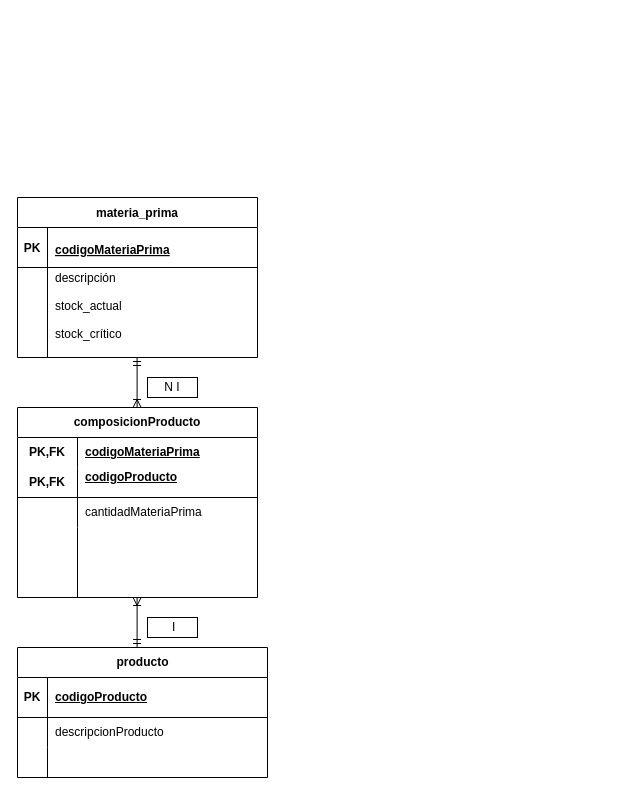
The draw.io diagram page "CAMPERITA.S.A." (1 of 2) of Diagrama sin título.drawio in VIOTTISOFIA/natalialeivajoyas, before the edit. Source tidied: cells renumbered, new cells numbered last; positions are measured from the earlier drawing's top-left corner, leaving out a move shared by most shapes. Both pictures are drawn from the tidied source at 100%, with x=0, y=0 at pixel (17, 197).
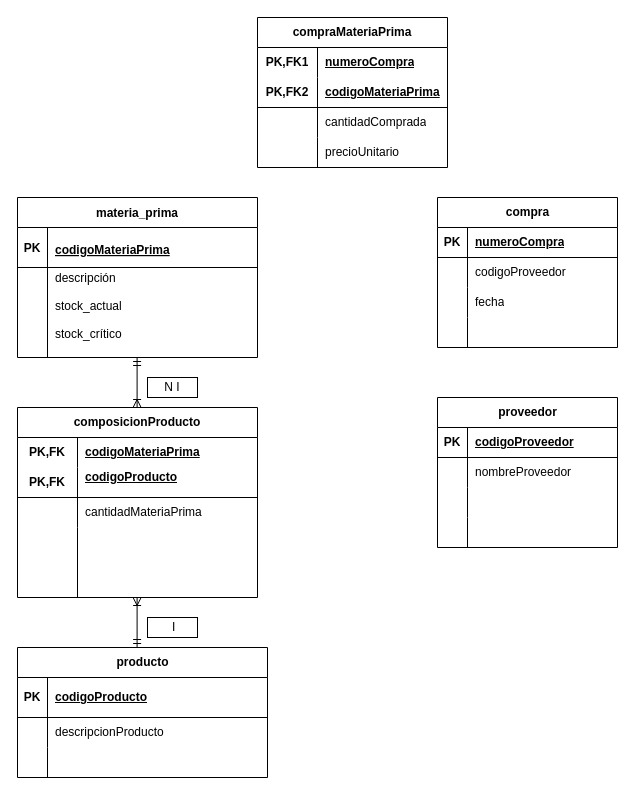
The same page after the edit.

Commit message:
Actualizar Diagrama entidad relación

Diff of the diagram source:
```diff
@@
+    <mxCell id="36" value="compra" style="shape=table;startSize=30;childLayout=tableLayout;rowLines=0;fontStyle=1;align=center;html=1;" parent="1" vertex="1">
+      <mxGeometry x="420" width="180" height="150" as="geometry" />
+    </mxCell>
+    <mxCell id="37" style="shape=tableRow;horizontal=0;startSize=0;swimlaneHead=0;swimlaneBody=0;fillColor=none;top=0;left=0;right=0;bottom=1;" parent="36" vertex="1">
+      <mxGeometry y="30" width="180" height="30" as="geometry" />
+    </mxCell>
+    <mxCell id="38" value="PK" style="shape=partialRectangle;fillColor=none;top=0;left=0;bottom=0;right=0;fontStyle=1;overflow=hidden;whiteSpace=wrap;html=1;" parent="37" vertex="1">
+      <mxGeometry width="30" height="30" as="geometry" />
+    </mxCell>
+    <mxCell id="39" value="numeroCompra" style="shape=partialRectangle;fillColor=none;top=0;left=0;bottom=0;right=0;align=left;spacingLeft=6;fontStyle=5;overflow=hidden;whiteSpace=wrap;html=1;" parent="37" vertex="1">
+      <mxGeometry x="30" width="150" height="30" as="geometry" />
+    </mxCell>
+    <mxCell id="40" style="shape=tableRow;horizontal=0;startSize=0;swimlaneHead=0;swimlaneBody=0;fillColor=none;top=0;left=0;right=0;bottom=0;" parent="36" vertex="1">
+      <mxGeometry y="60" width="180" height="30" as="geometry" />
+    </mxCell>
+    <mxCell id="41" style="shape=partialRectangle;fillColor=none;top=0;left=0;bottom=0;right=0;overflow=hidden;whiteSpace=wrap;html=1;" parent="40" vertex="1">
+      <mxGeometry width="30" height="30" as="geometry" />
+    </mxCell>
+    <mxCell id="42" value="codigoProveedor" style="shape=partialRectangle;fillColor=none;top=0;left=0;bottom=0;right=0;align=left;spacingLeft=6;overflow=hidden;whiteSpace=wrap;html=1;" parent="40" vertex="1">
+      <mxGeometry x="30" width="150" height="30" as="geometry" />
+    </mxCell>
+    <mxCell id="43" style="shape=tableRow;horizontal=0;startSize=0;swimlaneHead=0;swimlaneBody=0;fillColor=none;top=0;left=0;right=0;bottom=0;" parent="36" vertex="1">
+      <mxGeometry y="90" width="180" height="30" as="geometry" />
+    </mxCell>
+    <mxCell id="44" style="shape=partialRectangle;fillColor=none;top=0;left=0;bottom=0;right=0;overflow=hidden;whiteSpace=wrap;html=1;" parent="43" vertex="1">
+      <mxGeometry width="30" height="30" as="geometry" />
+    </mxCell>
+    <mxCell id="45" value="fecha" style="shape=partialRectangle;fillColor=none;top=0;left=0;bottom=0;right=0;align=left;spacingLeft=6;overflow=hidden;whiteSpace=wrap;html=1;" parent="43" vertex="1">
+      <mxGeometry x="30" width="150" height="30" as="geometry" />
+    </mxCell>
+    <mxCell id="46" style="shape=tableRow;horizontal=0;startSize=0;swimlaneHead=0;swimlaneBody=0;fillColor=none;top=0;left=0;right=0;bottom=0;" parent="36" vertex="1">
+      <mxGeometry y="120" width="180" height="30" as="geometry" />
+    </mxCell>
+    <mxCell id="47" style="shape=partialRectangle;fillColor=none;top=0;left=0;bottom=0;right=0;overflow=hidden;whiteSpace=wrap;html=1;" parent="46" vertex="1">
+      <mxGeometry width="30" height="30" as="geometry" />
+    </mxCell>
+    <mxCell id="48" style="shape=partialRectangle;fillColor=none;top=0;left=0;bottom=0;right=0;align=left;spacingLeft=6;overflow=hidden;whiteSpace=wrap;html=1;" parent="46" vertex="1">
+      <mxGeometry x="30" width="150" height="30" as="geometry" />
+    </mxCell>
+    <mxCell id="49" value="proveedor" style="shape=table;startSize=30;childLayout=tableLayout;rowLines=0;fontStyle=1;align=center;html=1;" parent="1" vertex="1">
+      <mxGeometry x="420" y="200" width="180" height="150" as="geometry" />
+    </mxCell>
+    <mxCell id="50" style="shape=tableRow;horizontal=0;startSize=0;swimlaneHead=0;swimlaneBody=0;fillColor=none;top=0;left=0;right=0;bottom=1;" parent="49" vertex="1">
+      <mxGeometry y="30" width="180" height="30" as="geometry" />
+    </mxCell>
+    <mxCell id="51" value="PK" style="shape=partialRectangle;fillColor=none;top=0;left=0;bottom=0;right=0;fontStyle=1;overflow=hidden;whiteSpace=wrap;html=1;" parent="50" vertex="1">
+      <mxGeometry width="30" height="30" as="geometry" />
+    </mxCell>
+    <mxCell id="52" value="codigoProveedor" style="shape=partialRectangle;fillColor=none;top=0;left=0;bottom=0;right=0;align=left;spacingLeft=6;fontStyle=5;overflow=hidden;whiteSpace=wrap;html=1;" parent="50" vertex="1">
+      <mxGeometry x="30" width="150" height="30" as="geometry" />
+    </mxCell>
+    <mxCell id="53" style="shape=tableRow;horizontal=0;startSize=0;swimlaneHead=0;swimlaneBody=0;fillColor=none;top=0;left=0;right=0;bottom=0;" parent="49" vertex="1">
+      <mxGeometry y="60" width="180" height="30" as="geometry" />
+    </mxCell>
+    <mxCell id="54" style="shape=partialRectangle;fillColor=none;top=0;left=0;bottom=0;right=0;overflow=hidden;whiteSpace=wrap;html=1;" parent="53" vertex="1">
+      <mxGeometry width="30" height="30" as="geometry" />
+    </mxCell>
+    <mxCell id="55" value="nombreProveedor" style="shape=partialRectangle;fillColor=none;top=0;left=0;bottom=0;right=0;align=left;spacingLeft=6;overflow=hidden;whiteSpace=wrap;html=1;" parent="53" vertex="1">
+      <mxGeometry x="30" width="150" height="30" as="geometry" />
+    </mxCell>
+    <mxCell id="56" style="shape=tableRow;horizontal=0;startSize=0;swimlaneHead=0;swimlaneBody=0;fillColor=none;top=0;left=0;right=0;bottom=0;" parent="49" vertex="1">
+      <mxGeometry y="90" width="180" height="30" as="geometry" />
+    </mxCell>
+    <mxCell id="57" style="shape=partialRectangle;fillColor=none;top=0;left=0;bottom=0;right=0;overflow=hidden;whiteSpace=wrap;html=1;" parent="56" vertex="1">
+      <mxGeometry width="30" height="30" as="geometry" />
+    </mxCell>
+    <mxCell id="58" style="shape=partialRectangle;fillColor=none;top=0;left=0;bottom=0;right=0;align=left;spacingLeft=6;overflow=hidden;whiteSpace=wrap;html=1;" parent="56" vertex="1">
+      <mxGeometry x="30" width="150" height="30" as="geometry" />
+    </mxCell>
+    <mxCell id="59" style="shape=tableRow;horizontal=0;startSize=0;swimlaneHead=0;swimlaneBody=0;fillColor=none;top=0;left=0;right=0;bottom=0;" parent="49" vertex="1">
+      <mxGeometry y="120" width="180" height="30" as="geometry" />
+    </mxCell>
+    <mxCell id="60" style="shape=partialRectangle;fillColor=none;top=0;left=0;bottom=0;right=0;overflow=hidden;whiteSpace=wrap;html=1;" parent="59" vertex="1">
+      <mxGeometry width="30" height="30" as="geometry" />
+    </mxCell>
+    <mxCell id="61" style="shape=partialRectangle;fillColor=none;top=0;left=0;bottom=0;right=0;align=left;spacingLeft=6;overflow=hidden;whiteSpace=wrap;html=1;" parent="59" vertex="1">
+      <mxGeometry x="30" width="150" height="30" as="geometry" />
+    </mxCell>
+    <mxCell id="62" value="compraMateriaPrima" style="shape=table;startSize=30;childLayout=tableLayout;rowLines=0;fontStyle=1;align=center;html=1;whiteSpace=wrap;" parent="1" vertex="1">
+      <mxGeometry x="240" y="-180" width="190" height="150" as="geometry" />
+    </mxCell>
+    <mxCell id="63" style="shape=tableRow;horizontal=0;startSize=0;swimlaneHead=0;swimlaneBody=0;fillColor=none;top=0;left=0;right=0;bottom=0;html=1;" parent="62" vertex="1">
+      <mxGeometry y="30" width="190" height="30" as="geometry" />
+    </mxCell>
+    <mxCell id="64" value="PK,FK1" style="shape=partialRectangle;fillColor=none;top=0;left=0;bottom=0;right=0;fontStyle=1;overflow=hidden;html=1;whiteSpace=wrap;" parent="63" vertex="1">
+      <mxGeometry width="60" height="30" as="geometry" />
+    </mxCell>
+    <mxCell id="65" value="numeroCompra" style="shape=partialRectangle;fillColor=none;top=0;left=0;bottom=0;right=0;align=left;spacingLeft=6;fontStyle=5;overflow=hidden;html=1;whiteSpace=wrap;" parent="63" vertex="1">
+      <mxGeometry x="60" width="130" height="30" as="geometry" />
+    </mxCell>
+    <mxCell id="66" style="shape=tableRow;horizontal=0;startSize=0;swimlaneHead=0;swimlaneBody=0;fillColor=none;top=0;left=0;right=0;bottom=1;html=1;" parent="62" vertex="1">
+      <mxGeometry y="60" width="190" height="30" as="geometry" />
+    </mxCell>
+    <mxCell id="67" value="PK,FK2" style="shape=partialRectangle;fillColor=none;top=0;left=0;bottom=0;right=0;fontStyle=1;overflow=hidden;html=1;whiteSpace=wrap;" parent="66" vertex="1">
+      <mxGeometry width="60" height="30" as="geometry" />
+    </mxCell>
+    <mxCell id="68" value="codigoMateriaPrima" style="shape=partialRectangle;fillColor=none;top=0;left=0;bottom=0;right=0;align=left;spacingLeft=6;fontStyle=5;overflow=hidden;html=1;whiteSpace=wrap;" parent="66" vertex="1">
+      <mxGeometry x="60" width="130" height="30" as="geometry" />
+    </mxCell>
+    <mxCell id="69" style="shape=tableRow;horizontal=0;startSize=0;swimlaneHead=0;swimlaneBody=0;fillColor=none;top=0;left=0;right=0;bottom=0;html=1;" parent="62" vertex="1">
+      <mxGeometry y="90" width="190" height="30" as="geometry" />
+    </mxCell>
+    <mxCell id="70" style="shape=partialRectangle;fillColor=none;top=0;left=0;bottom=0;right=0;overflow=hidden;html=1;whiteSpace=wrap;" parent="69" vertex="1">
+      <mxGeometry width="60" height="30" as="geometry" />
+    </mxCell>
+    <mxCell id="71" value="cantidadComprada" style="shape=partialRectangle;fillColor=none;top=0;left=0;bottom=0;right=0;align=left;spacingLeft=6;overflow=hidden;html=1;whiteSpace=wrap;" parent="69" vertex="1">
+      <mxGeometry x="60" width="130" height="30" as="geometry" />
+    </mxCell>
+    <mxCell id="72" style="shape=tableRow;horizontal=0;startSize=0;swimlaneHead=0;swimlaneBody=0;fillColor=none;top=0;left=0;right=0;bottom=0;html=1;" parent="62" vertex="1">
+      <mxGeometry y="120" width="190" height="30" as="geometry" />
+    </mxCell>
+    <mxCell id="73" style="shape=partialRectangle;fillColor=none;top=0;left=0;bottom=0;right=0;overflow=hidden;html=1;whiteSpace=wrap;" parent="72" vertex="1">
+      <mxGeometry width="60" height="30" as="geometry" />
+    </mxCell>
+    <mxCell id="74" value="precioUnitario" style="shape=partialRectangle;fillColor=none;top=0;left=0;bottom=0;right=0;align=left;spacingLeft=6;overflow=hidden;html=1;whiteSpace=wrap;" parent="72" vertex="1">
+      <mxGeometry x="60" width="130" height="30" as="geometry" />
+    </mxCell>
```
